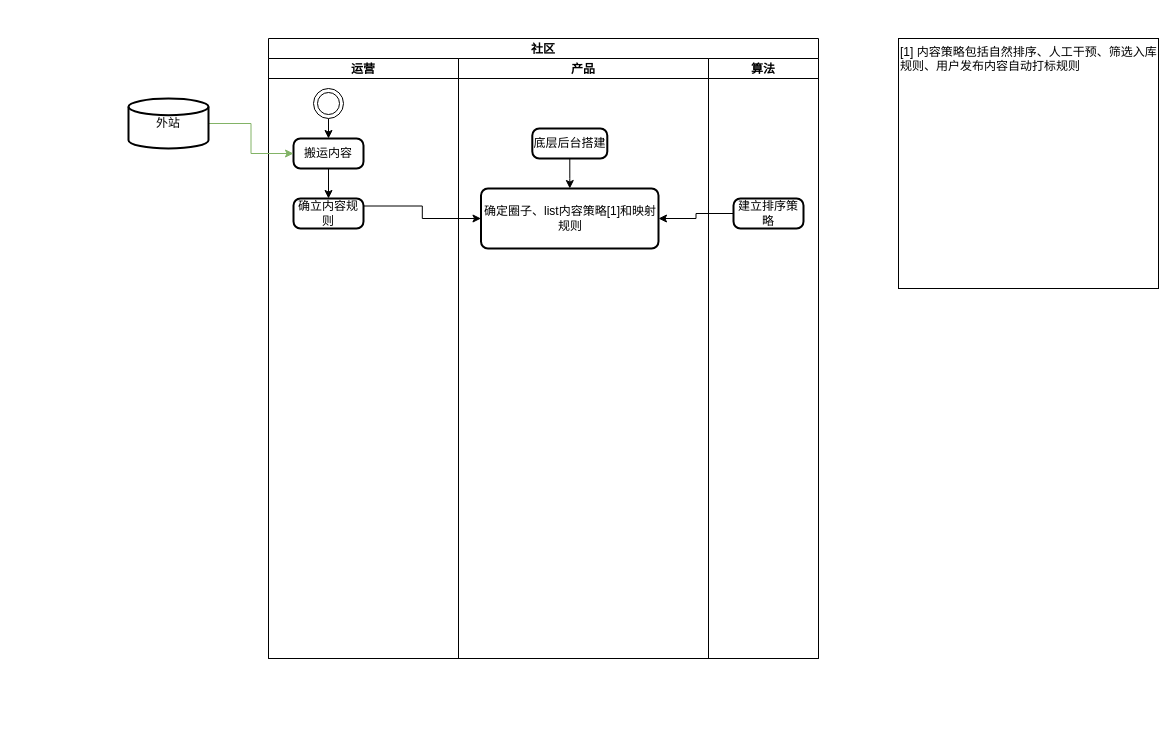
GraceYongqi/huya_design keeps this draw.io diagram as huya_community_workflow.drawio. Above is the earlier version. Source tidied: cells renumbered, new cells numbered last; positions are measured from the earlier drawing's top-left corner, leaving out a move shared by most shapes. Both pictures are drawn from the tidied source at 100%, with x=0, y=0 at pixel (128, 38).
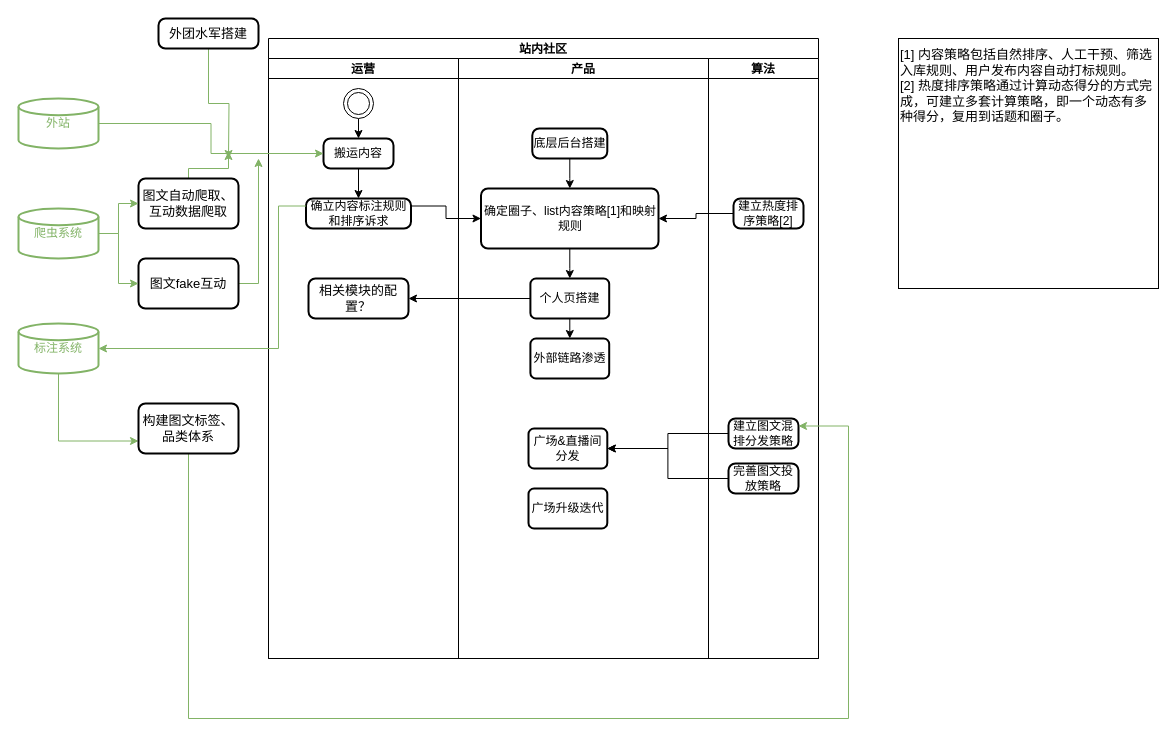
The same page after the edit.

The change refers to these unchanged cells:
```xml
<mxCell id="3" value="运营" style="swimlane;startSize=20;" parent="2" vertex="1">
  <mxGeometry y="20" width="190" height="600" as="geometry" />
</mxCell>
<mxCell id="9" value="产品" style="swimlane;startSize=20;" parent="2" vertex="1">
  <mxGeometry x="190" y="20" width="250" height="600" as="geometry" />
</mxCell>
<mxCell id="12" value="确定圈子、list内容策略[1]和映射规则" style="rounded=1;whiteSpace=wrap;html=1;absoluteArcSize=1;arcSize=14;strokeWidth=2;" parent="9" vertex="1">
  <mxGeometry x="22.5" y="130" width="177.5" height="60" as="geometry" />
</mxCell>
<mxCell id="13" value="算法" style="swimlane;startSize=20;" parent="2" vertex="1">
  <mxGeometry x="440" y="20" width="110" height="600" as="geometry" />
</mxCell>
```

What changed in the source:
```diff
@@
-    <mxCell id="2" value="社区" style="swimlane;startSize=20;" parent="1" vertex="1">
+    <mxCell id="2" value="站内社区" style="swimlane;startSize=20;" parent="1" vertex="1">
       <mxGeometry x="140" width="550" height="620" as="geometry" />
     </mxCell>
@@
     <mxCell id="5" style="ellipse;shape=doubleEllipse;html=1;dashed=0;whitespace=wrap;" parent="3" vertex="1">
-      <mxGeometry x="45" y="30" width="30" height="30" as="geometry" />
+      <mxGeometry x="75" y="30" width="30" height="30" as="geometry" />
     </mxCell>
@@
     <mxCell id="7" value="搬运内容" style="rounded=1;whiteSpace=wrap;html=1;absoluteArcSize=1;arcSize=14;strokeWidth=2;" parent="3" vertex="1">
-      <mxGeometry x="25" y="80" width="70" height="30" as="geometry" />
+      <mxGeometry x="55" y="80" width="70" height="30" as="geometry" />
     </mxCell>
-    <mxCell id="8" value="确立内容规则" style="rounded=1;whiteSpace=wrap;html=1;absoluteArcSize=1;arcSize=14;strokeWidth=2;" parent="3" vertex="1">
-      <mxGeometry x="25" y="140" width="70" height="30" as="geometry" />
+    <mxCell id="8" value="确立内容标注规则和排序诉求" style="rounded=1;whiteSpace=wrap;html=1;absoluteArcSize=1;arcSize=14;strokeWidth=2;" parent="3" vertex="1">
+      <mxGeometry x="37.5" y="140" width="105" height="30" as="geometry" />
     </mxCell>
+    <mxCell id="20" value="相关模块的配置？" style="rounded=1;whiteSpace=wrap;html=1;absoluteArcSize=1;arcSize=14;strokeWidth=2;fontSize=13;" parent="3" vertex="1">
+      <mxGeometry x="40" y="220" width="100" height="40" as="geometry" />
+    </mxCell>
@@
+    <mxCell id="21" style="edgeStyle=orthogonalEdgeStyle;rounded=0;jettySize=auto;html=1;strokeColor=#000000;" parent="9" edge="1" source="12" target="23">
+      <mxGeometry relative="1" as="geometry" />
+    </mxCell>
@@
+    <mxCell id="22" style="edgeStyle=orthogonalEdgeStyle;rounded=0;jettySize=auto;html=1;exitX=0.5;exitY=1;exitDx=0;exitDy=0;entryX=0.5;entryY=0;entryDx=0;entryDy=0;fontSize=13;fontColor=#82B366;strokeColor=#000000;" parent="9" edge="1" source="23" target="26">
+      <mxGeometry relative="1" as="geometry" />
+    </mxCell>
+    <mxCell id="23" value="个人页搭建" style="whiteSpace=wrap;html=1;rounded=1;arcSize=14;strokeWidth=2;" parent="9" vertex="1">
+      <mxGeometry x="71.9" y="220" width="78.8" height="40" as="geometry" />
+    </mxCell>
+    <mxCell id="24" value="广场&amp;amp;直播间分发" style="whiteSpace=wrap;html=1;rounded=1;arcSize=14;strokeWidth=2;" parent="9" vertex="1">
+      <mxGeometry x="70" y="370" width="78.8" height="40" as="geometry" />
+    </mxCell>
+    <mxCell id="25" value="广场升级迭代" style="whiteSpace=wrap;html=1;rounded=1;arcSize=14;strokeWidth=2;" parent="9" vertex="1">
+      <mxGeometry x="70" y="430" width="78.8" height="40" as="geometry" />
+    </mxCell>
+    <mxCell id="26" value="外部链路渗透" style="whiteSpace=wrap;html=1;rounded=1;arcSize=14;strokeWidth=2;" parent="9" vertex="1">
+      <mxGeometry x="71.9" y="280" width="78.8" height="40" as="geometry" />
+    </mxCell>
@@
-    <mxCell id="14" value="建立排序策略" style="rounded=1;whiteSpace=wrap;html=1;absoluteArcSize=1;arcSize=14;strokeWidth=2;" parent="13" vertex="1">
+    <mxCell id="14" value="建立热度排序策略[2]" style="rounded=1;whiteSpace=wrap;html=1;absoluteArcSize=1;arcSize=14;strokeWidth=2;" parent="13" vertex="1">
       <mxGeometry x="25" y="140" width="70" height="30" as="geometry" />
     </mxCell>
+    <mxCell id="27" value="建立图文混排分发策略" style="rounded=1;whiteSpace=wrap;html=1;absoluteArcSize=1;arcSize=14;strokeWidth=2;" parent="13" vertex="1">
+      <mxGeometry x="20" y="360" width="70" height="30" as="geometry" />
+    </mxCell>
+    <mxCell id="28" value="完善图文投放策略" style="rounded=1;whiteSpace=wrap;html=1;absoluteArcSize=1;arcSize=14;strokeWidth=2;" parent="13" vertex="1">
+      <mxGeometry x="20" y="405" width="70" height="30" as="geometry" />
+    </mxCell>
@@
+    <mxCell id="29" style="edgeStyle=orthogonalEdgeStyle;rounded=0;jettySize=auto;html=1;exitX=0;exitY=0.5;exitDx=0;exitDy=0;fontSize=13;strokeColor=#000000;" parent="2" edge="1" source="27" target="24">
+      <mxGeometry relative="1" as="geometry" />
+    </mxCell>
+    <mxCell id="30" style="edgeStyle=orthogonalEdgeStyle;rounded=0;jettySize=auto;html=1;exitX=0;exitY=0.5;exitDx=0;exitDy=0;fontSize=13;strokeColor=#000000;" parent="2" edge="1" source="28" target="24">
+      <mxGeometry relative="1" as="geometry" />
+    </mxCell>
+    <mxCell id="31" style="edgeStyle=orthogonalEdgeStyle;rounded=0;jettySize=auto;html=1;exitX=0;exitY=0.5;exitDx=0;exitDy=0;fontSize=13;strokeColor=#000000;" parent="2" edge="1" source="23" target="20">
+      <mxGeometry relative="1" as="geometry" />
+    </mxCell>
@@
-    <mxCell id="18" value="外站" style="strokeWidth=2;html=1;shape=mxgraph.flowchart.database;whiteSpace=wrap;" parent="1" vertex="1">
-      <mxGeometry y="60" width="80" height="50" as="geometry" />
+    <mxCell id="18" value="外站" style="strokeWidth=2;html=1;shape=mxgraph.flowchart.database;whiteSpace=wrap;fontColor=#82B366;strokeColor=#82B366;" parent="1" vertex="1">
+      <mxGeometry x="-110" y="60" width="80" height="50" as="geometry" />
     </mxCell>
-    <mxCell id="19" value="&lt;span&gt;[1] 内容策略包括自然排序、人工干预、筛选入库规则、用户发布内容自动打标规则&lt;/span&gt;" style="rounded=0;whiteSpace=wrap;html=1;align=left;verticalAlign=top;" parent="1" vertex="1">
+    <mxCell id="19" value="&lt;span style=&quot;font-size: 13px;&quot;&gt;[1] 内容策略包括自然排序、人工干预、筛选入库规则、用户发布内容自动打标规则。&lt;br style=&quot;font-size: 13px;&quot;&gt;[2] 热度排序策略通过计算动态得分的方式完成，可建立多套计算策略，即一个动态有多种得分，复用到话题和圈子。&lt;br style=&quot;font-size: 13px;&quot;&gt;&lt;/span&gt;" style="rounded=0;whiteSpace=wrap;html=1;align=left;verticalAlign=top;fontSize=13;spacingTop=2;spacing=2;" parent="1" vertex="1">
       <mxGeometry x="770" width="260" height="250" as="geometry" />
     </mxCell>
+    <mxCell id="32" style="edgeStyle=orthogonalEdgeStyle;rounded=0;jettySize=auto;html=1;fontSize=13;strokeColor=#82B366;" parent="1" edge="1" source="33">
+      <mxGeometry relative="1" as="geometry">
+        <mxPoint x="100" y="113" as="targetPoint" />
+        <Array as="points">
+          <mxPoint x="60" y="130" />
+          <mxPoint x="100" y="130" />
+        </Array>
+      </mxGeometry>
+    </mxCell>
+    <mxCell id="33" value="图文自动爬取、互动数据爬取" style="rounded=1;whiteSpace=wrap;html=1;absoluteArcSize=1;arcSize=14;strokeWidth=2;fontSize=13;" parent="1" vertex="1">
+      <mxGeometry x="10" y="140" width="100" height="50" as="geometry" />
+    </mxCell>
+    <mxCell id="34" style="edgeStyle=orthogonalEdgeStyle;rounded=0;jettySize=auto;html=1;exitX=1;exitY=0.5;exitDx=0;exitDy=0;fontSize=13;strokeColor=#82B366;" parent="1" edge="1" source="35">
+      <mxGeometry relative="1" as="geometry">
+        <mxPoint x="130" y="120" as="targetPoint" />
+        <Array as="points">
+          <mxPoint x="130" y="245" />
+        </Array>
+      </mxGeometry>
+    </mxCell>
+    <mxCell id="35" value="图文fake互动" style="rounded=1;whiteSpace=wrap;html=1;absoluteArcSize=1;arcSize=14;strokeWidth=2;fontSize=13;" parent="1" vertex="1">
+      <mxGeometry x="10" y="220" width="100" height="50" as="geometry" />
+    </mxCell>
+    <mxCell id="36" style="edgeStyle=orthogonalEdgeStyle;rounded=0;jettySize=auto;html=1;exitX=0.5;exitY=1;exitDx=0;exitDy=0;fontSize=13;strokeColor=#82B366;" parent="1" edge="1" source="37">
+      <mxGeometry relative="1" as="geometry">
+        <mxPoint x="100" y="120" as="targetPoint" />
+      </mxGeometry>
+    </mxCell>
+    <mxCell id="37" value="外团水军搭建" style="rounded=1;whiteSpace=wrap;html=1;absoluteArcSize=1;arcSize=14;strokeWidth=2;fontSize=13;" parent="1" vertex="1">
+      <mxGeometry x="30" y="-20" width="100" height="30" as="geometry" />
+    </mxCell>
+    <mxCell id="38" style="edgeStyle=orthogonalEdgeStyle;rounded=0;jettySize=auto;html=1;exitX=0.5;exitY=1;exitDx=0;exitDy=0;exitPerimeter=0;entryX=0;entryY=0.75;entryDx=0;entryDy=0;fontSize=13;fontColor=#82B366;strokeColor=#82B366;" parent="1" edge="1" source="39" target="45">
+      <mxGeometry relative="1" as="geometry" />
+    </mxCell>
+    <mxCell id="39" value="标注系统" style="strokeWidth=2;html=1;shape=mxgraph.flowchart.database;whiteSpace=wrap;fontColor=#82B366;strokeColor=#82B366;" parent="1" vertex="1">
+      <mxGeometry x="-110" y="285" width="80" height="50" as="geometry" />
+    </mxCell>
+    <mxCell id="40" style="edgeStyle=orthogonalEdgeStyle;rounded=0;jettySize=auto;html=1;exitX=0;exitY=0.25;exitDx=0;exitDy=0;entryX=1;entryY=0.5;entryDx=0;entryDy=0;entryPerimeter=0;fontSize=13;fontColor=#82B366;strokeColor=#82B366;" parent="1" edge="1" source="8" target="39">
+      <mxGeometry relative="1" as="geometry">
+        <Array as="points">
+          <mxPoint x="150" y="168" />
+          <mxPoint x="150" y="310" />
+        </Array>
+      </mxGeometry>
+    </mxCell>
+    <mxCell id="41" style="edgeStyle=orthogonalEdgeStyle;rounded=0;jettySize=auto;html=1;exitX=1;exitY=0.5;exitDx=0;exitDy=0;exitPerimeter=0;entryX=0;entryY=0.5;entryDx=0;entryDy=0;fontSize=13;fontColor=#82B366;strokeColor=#82B366;" parent="1" edge="1" source="43" target="33">
+      <mxGeometry relative="1" as="geometry" />
+    </mxCell>
+    <mxCell id="42" style="edgeStyle=orthogonalEdgeStyle;rounded=0;jettySize=auto;html=1;exitX=1;exitY=0.5;exitDx=0;exitDy=0;exitPerimeter=0;entryX=0;entryY=0.5;entryDx=0;entryDy=0;fontSize=13;fontColor=#82B366;strokeColor=#82B366;" parent="1" edge="1" source="43" target="35">
+      <mxGeometry relative="1" as="geometry">
+        <Array as="points">
+          <mxPoint x="-10" y="195" />
+          <mxPoint x="-10" y="245" />
+        </Array>
+      </mxGeometry>
+    </mxCell>
+    <mxCell id="43" value="爬虫系统" style="strokeWidth=2;html=1;shape=mxgraph.flowchart.database;whiteSpace=wrap;fontColor=#82B366;strokeColor=#82B366;" parent="1" vertex="1">
+      <mxGeometry x="-110" y="170" width="80" height="50" as="geometry" />
+    </mxCell>
+    <mxCell id="44" style="edgeStyle=orthogonalEdgeStyle;rounded=0;jettySize=auto;html=1;exitX=0.5;exitY=1;exitDx=0;exitDy=0;entryX=1;entryY=0.25;entryDx=0;entryDy=0;fontSize=13;fontColor=#82B366;strokeColor=#82B366;" parent="1" edge="1" source="45" target="27">
+      <mxGeometry relative="1" as="geometry">
+        <Array as="points">
+          <mxPoint x="60" y="680" />
+          <mxPoint x="720" y="680" />
+          <mxPoint x="720" y="388" />
+        </Array>
+      </mxGeometry>
+    </mxCell>
+    <mxCell id="45" value="构建图文标签、品类体系" style="rounded=1;whiteSpace=wrap;html=1;absoluteArcSize=1;arcSize=14;strokeWidth=2;fontSize=13;" parent="1" vertex="1">
+      <mxGeometry x="10" y="365" width="100" height="50" as="geometry" />
+    </mxCell>
```
